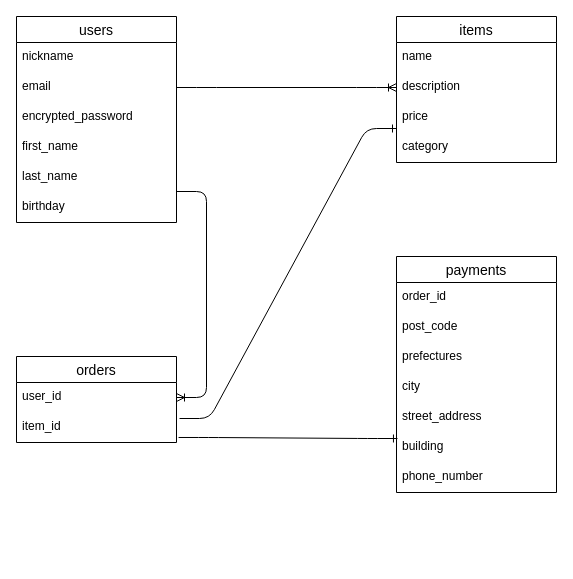
Above: ER .dio in honami-f/furima-39929 (draw.io), before the change. Source tidied: cells renumbered, new cells numbered last; positions are measured from the earlier drawing's top-left corner, leaving out a move shared by most shapes. Both pictures are drawn from the tidied source at 100%, with x=0, y=0 at pixel (16, 16).
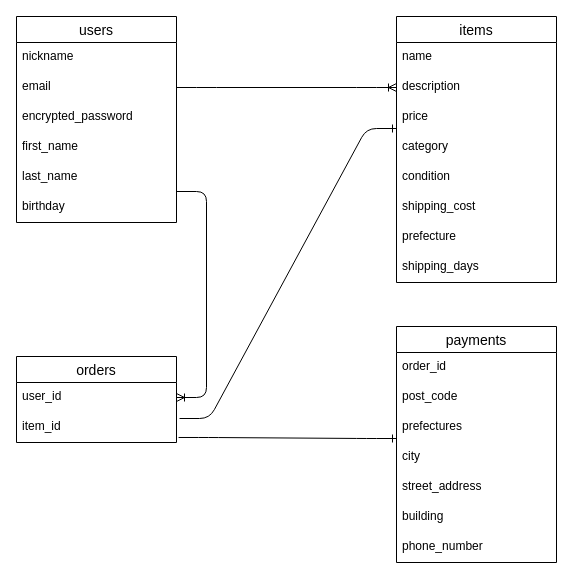
The same diagram, later.

Commit message (it also covers changes not shown here):
テーブル設計  修正1

The change refers to these unchanged cells:
```xml
<mxCell id="16" value="item_id" style="text;strokeColor=none;fillColor=none;spacingLeft=4;spacingRight=4;overflow=hidden;points=[[0,0.5],[1,0.5]];portConstraint=eastwest;fontSize=12;fontFamily=Helvetica;fontColor=default;" parent="14" vertex="1">
  <mxGeometry y="56" width="160" height="30" as="geometry" />
</mxCell>
<mxCell id="21" value="city" style="text;strokeColor=none;fillColor=none;spacingLeft=4;spacingRight=4;overflow=hidden;points=[[0,0.5],[1,0.5]];portConstraint=eastwest;fontSize=12;fontFamily=Helvetica;fontColor=default;" parent="17" vertex="1">
  <mxGeometry y="116" width="160" height="30" as="geometry" />
</mxCell>
<mxCell id="23" value="building" style="text;strokeColor=none;fillColor=none;spacingLeft=4;spacingRight=4;overflow=hidden;points=[[0,0.5],[1,0.5]];portConstraint=eastwest;fontSize=12;fontFamily=Helvetica;fontColor=default;" parent="17" vertex="1">
  <mxGeometry y="176" width="160" height="30" as="geometry" />
</mxCell>
```

Diff of the diagram source:
```diff
@@
     <mxCell id="2" value="items" style="swimlane;fontStyle=0;horizontal=1;startSize=26;align=center;fontSize=14;" parent="1" vertex="1">
-      <mxGeometry x="380" width="160" height="146" as="geometry" />
+      <mxGeometry x="380" width="160" height="266" as="geometry" />
     </mxCell>
@@
+    <mxCell id="29" value="condition" style="text;strokeColor=none;fillColor=none;spacingLeft=4;spacingRight=4;overflow=hidden;fontSize=12;" parent="2" vertex="1">
+      <mxGeometry y="146" width="160" height="30" as="geometry" />
+    </mxCell>
+    <mxCell id="30" value="shipping_cost" style="text;strokeColor=none;fillColor=none;spacingLeft=4;spacingRight=4;overflow=hidden;fontSize=12;" parent="2" vertex="1">
+      <mxGeometry y="176" width="160" height="30" as="geometry" />
+    </mxCell>
+    <mxCell id="31" value="prefecture" style="text;strokeColor=none;fillColor=none;spacingLeft=4;spacingRight=4;overflow=hidden;fontSize=12;" parent="2" vertex="1">
+      <mxGeometry y="206" width="160" height="30" as="geometry" />
+    </mxCell>
+    <mxCell id="32" value="shipping_days" style="text;strokeColor=none;fillColor=none;spacingLeft=4;spacingRight=4;overflow=hidden;fontSize=12;" parent="2" vertex="1">
+      <mxGeometry y="236" width="160" height="30" as="geometry" />
+    </mxCell>
@@
     <mxCell id="17" value="payments" style="swimlane;fontStyle=0;horizontal=1;startSize=26;align=center;fontSize=14;fontFamily=Helvetica;fontColor=default;fillColor=none;gradientColor=none;" parent="1" vertex="1">
-      <mxGeometry x="380" y="240" width="160" height="236" as="geometry" />
+      <mxGeometry x="380" y="310" width="160" height="236" as="geometry" />
     </mxCell>
@@
-    <mxCell id="28" style="edgeStyle=entityRelationEdgeStyle;fontSize=12;html=1;endArrow=ERone;endFill=1;fontFamily=Helvetica;fontColor=default;entryX=0.006;entryY=0.2;entryDx=0;entryDy=0;exitX=1.013;exitY=0.833;exitDx=0;exitDy=0;exitPerimeter=0;entryPerimeter=0;" parent="1" edge="1" source="16" target="23">
+    <mxCell id="28" style="edgeStyle=entityRelationEdgeStyle;fontSize=12;html=1;endArrow=ERone;endFill=1;fontFamily=Helvetica;fontColor=default;exitX=1.013;exitY=0.833;exitDx=0;exitDy=0;exitPerimeter=0;entryX=0;entryY=-0.133;entryDx=0;entryDy=0;entryPerimeter=0;" parent="1" edge="1" source="16" target="21">
       <mxGeometry relative="1" as="geometry" />
     </mxCell>
```
